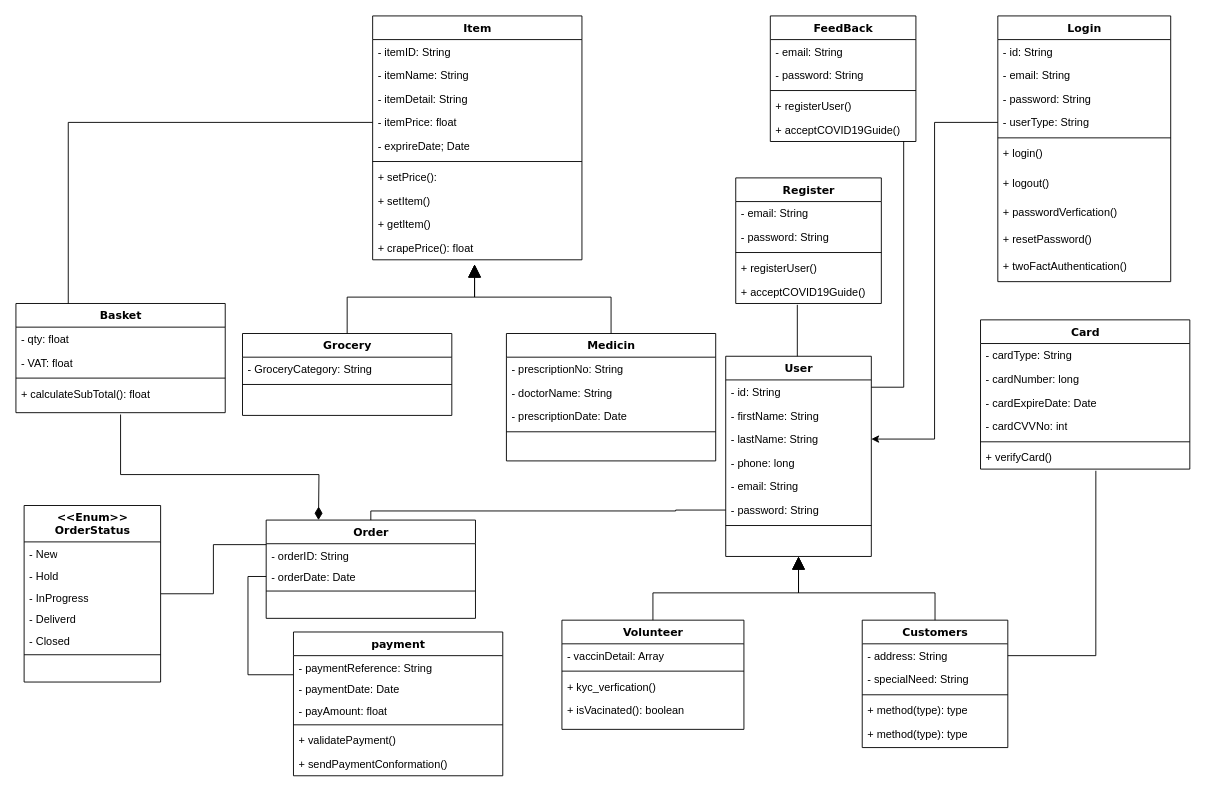
The draw.io diagram Soft40091 CWK - Class Diagram.drawio in AnjeloM/AnjeloM, before the edit. Source tidied: cells renumbered, new cells numbered last; positions are measured from the earlier drawing's top-left corner, leaving out a move shared by most shapes. Both pictures are drawn from the tidied source at 91%, with x=0, y=0 at pixel (15, 15).
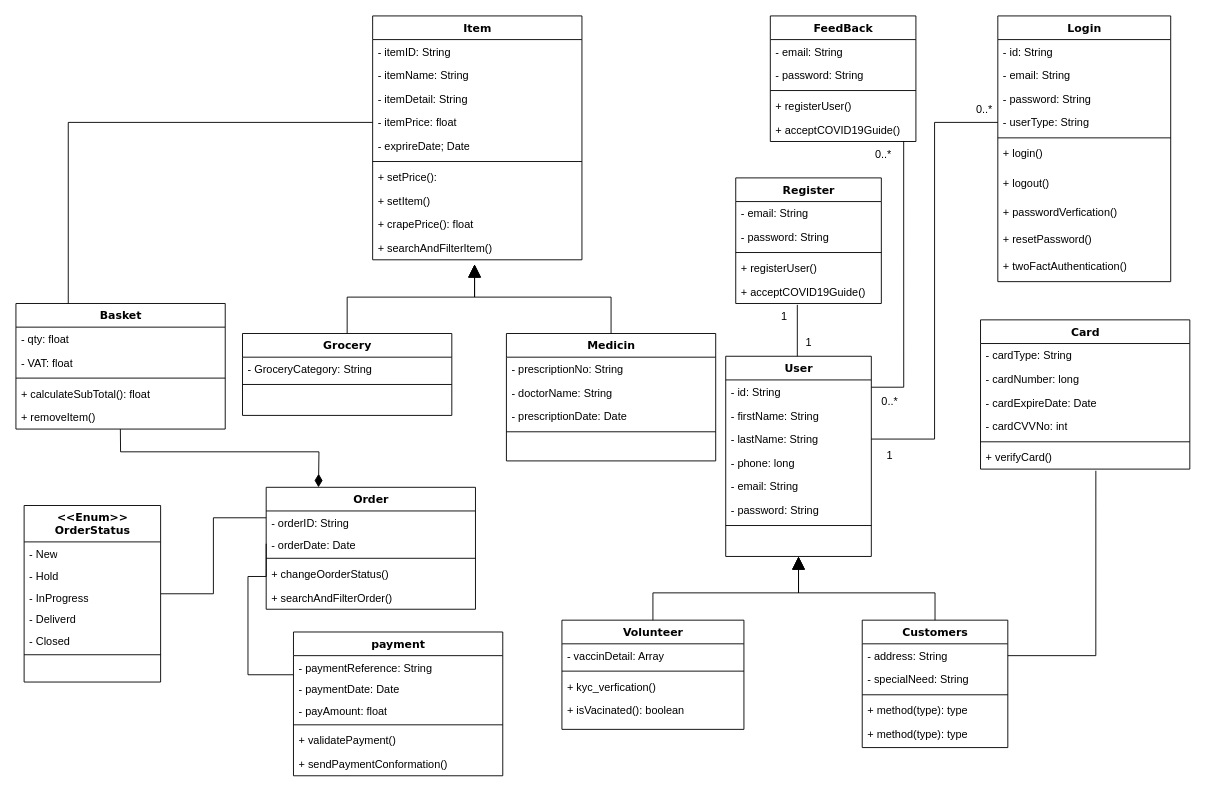
The same page after the edit.

The change refers to these unchanged cells:
```xml
<mxCell id="5" value="- lastName: String" style="text;html=1;strokeColor=none;fillColor=none;align=left;verticalAlign=top;spacingLeft=4;spacingRight=4;whiteSpace=wrap;overflow=hidden;points=[[0,0.5],[1,0.5]];portConstraint=eastwest;" parent="2" vertex="1">
  <mxGeometry y="78" width="160" height="26" as="geometry" />
</mxCell>
<mxCell id="8" value="- password: String" style="text;html=1;strokeColor=none;fillColor=none;align=left;verticalAlign=top;spacingLeft=4;spacingRight=4;whiteSpace=wrap;overflow=hidden;points=[[0,0.5],[1,0.5]];portConstraint=eastwest;" parent="2" vertex="1">
  <mxGeometry y="156" width="160" height="26" as="geometry" />
</mxCell>
<mxCell id="21" value="- userType: String" style="text;html=1;strokeColor=none;fillColor=none;align=left;verticalAlign=top;spacingLeft=4;spacingRight=4;whiteSpace=wrap;overflow=hidden;points=[[0,0.5],[1,0.5]];portConstraint=eastwest;" parent="17" vertex="1">
  <mxGeometry y="104" width="190" height="26" as="geometry" />
</mxCell>
<mxCell id="48" value="Item" style="swimlane;html=1;fontStyle=1;align=center;verticalAlign=top;horizontal=1;startSize=26;swimlaneFillColor=#ffffff;rounded=0;shadow=0;comic=0;labelBackgroundColor=none;strokeWidth=1;fillColor=none;fontFamily=Verdana;fontSize=12;" parent="1" vertex="1">
  <mxGeometry x="392" width="230" height="268" as="geometry" />
</mxCell>
```

The edit, as a diff of the source:
```diff
@@
-    <mxCell id="57" value="+ getItem()" style="text;html=1;strokeColor=none;fillColor=none;align=left;verticalAlign=top;spacingLeft=4;spacingRight=4;whiteSpace=wrap;overflow=hidden;" parent="48" vertex="1">
-      <mxGeometry y="216" width="230" height="26" as="geometry" />
-    </mxCell>
     <mxCell id="58" value="+ crapePrice(): float&amp;nbsp;" style="text;html=1;strokeColor=none;fillColor=none;align=left;verticalAlign=top;spacingLeft=4;spacingRight=4;whiteSpace=wrap;overflow=hidden;" parent="48" vertex="1">
-      <mxGeometry y="242" width="230" height="26" as="geometry" />
+      <mxGeometry y="216" width="230" height="26" as="geometry" />
     </mxCell>
+    <mxCell id="110" value="+ searchAndFilterItem()" style="text;html=1;strokeColor=none;fillColor=none;align=left;verticalAlign=top;spacingLeft=4;spacingRight=4;whiteSpace=wrap;overflow=hidden;" parent="48" vertex="1">
+      <mxGeometry y="242" width="230" height="26" as="geometry" />
+    </mxCell>
@@
     <mxCell id="71" value="Basket" style="swimlane;html=1;fontStyle=1;align=center;verticalAlign=top;horizontal=1;startSize=26;swimlaneFillColor=#ffffff;rounded=0;shadow=0;comic=0;labelBackgroundColor=none;strokeWidth=1;fillColor=none;fontFamily=Verdana;fontSize=12;" parent="1" vertex="1">
-      <mxGeometry y="316" width="230" height="120" as="geometry" />
+      <mxGeometry y="316" width="230" height="138" as="geometry" />
     </mxCell>
@@
+    <mxCell id="111" value="+ removeItem()" style="text;html=1;strokeColor=none;fillColor=none;align=left;verticalAlign=top;spacingLeft=4;spacingRight=4;whiteSpace=wrap;overflow=hidden;points=[[0,0.5],[1,0.5]];portConstraint=eastwest;" parent="71" vertex="1">
+      <mxGeometry y="112" width="230" height="26" as="geometry" />
+    </mxCell>
     <mxCell id="76" value="Order" style="swimlane;html=1;fontStyle=1;align=center;verticalAlign=top;horizontal=1;startSize=26;swimlaneFillColor=#ffffff;rounded=0;shadow=0;comic=0;labelBackgroundColor=none;strokeWidth=1;fillColor=none;fontFamily=Verdana;fontSize=12;" parent="1" vertex="1">
-      <mxGeometry x="275" y="554" width="230" height="108" as="geometry" />
+      <mxGeometry x="275" y="518" width="230" height="134" as="geometry" />
     </mxCell>
@@
-    <mxCell id="80" value="&amp;nbsp;" style="text;html=1;strokeColor=none;fillColor=none;align=left;verticalAlign=top;spacingLeft=4;spacingRight=4;whiteSpace=wrap;overflow=hidden;" parent="76" vertex="1">
+    <mxCell id="80" value="+ changeOorderStatus()" style="text;html=1;strokeColor=none;fillColor=none;align=left;verticalAlign=top;spacingLeft=4;spacingRight=4;whiteSpace=wrap;overflow=hidden;" parent="76" vertex="1">
       <mxGeometry y="82" width="230" height="26" as="geometry" />
     </mxCell>
+    <mxCell id="112" value="+ searchAndFilterOrder()" style="text;html=1;strokeColor=none;fillColor=none;align=left;verticalAlign=top;spacingLeft=4;spacingRight=4;whiteSpace=wrap;overflow=hidden;" parent="76" vertex="1">
+      <mxGeometry y="108" width="230" height="26" as="geometry" />
+    </mxCell>
-    <mxCell id="81" style="rounded=0;jettySize=auto;html=1;entryX=0.25;entryY=0;entryDx=0;entryDy=0;endArrow=diamondThin;endFill=1;endSize=12;startSize=12;" parent="1" edge="1" target="76">
+    <mxCell id="81" style="rounded=0;jettySize=auto;html=1;entryX=0.25;entryY=0;entryDx=0;entryDy=0;endArrow=diamondThin;endFill=1;endSize=12;startSize=12;exitX=0.499;exitY=1.004;exitDx=0;exitDy=0;exitPerimeter=0;" parent="1" edge="1" source="111" target="76">
       <mxGeometry relative="1" as="geometry">
-        <mxPoint x="115" y="438" as="sourcePoint" />
         <Array as="points">
-          <mxPoint x="115" y="504" />
-          <mxPoint x="333" y="504" />
+          <mxPoint x="115" y="479" />
+          <mxPoint x="333" y="479" />
         </Array>
       </mxGeometry>
     </mxCell>
@@
-    <mxCell id="105" style="edgeStyle=orthogonalEdgeStyle;rounded=0;jettySize=auto;html=1;entryX=0.5;entryY=0;entryDx=0;entryDy=0;exitX=0;exitY=0.5;exitDx=0;exitDy=0;endArrow=none;endFill=0;" parent="1" edge="1" source="8" target="76">
-      <mxGeometry relative="1" as="geometry">
-        <Array as="points">
-          <mxPoint x="725" y="543" />
-          <mxPoint x="390" y="544" />
-        </Array>
-      </mxGeometry>
-    </mxCell>
-    <mxCell id="106" style="edgeStyle=orthogonalEdgeStyle;rounded=0;jettySize=auto;html=1;entryX=1;entryY=0.5;entryDx=0;entryDy=0;" parent="1" edge="1" source="21" target="5">
+    <mxCell id="106" style="edgeStyle=orthogonalEdgeStyle;rounded=0;jettySize=auto;html=1;entryX=1;entryY=0.5;entryDx=0;entryDy=0;endArrow=none;endFill=0;" parent="1" edge="1" source="21" target="5">
       <mxGeometry relative="1" as="geometry" />
     </mxCell>
@@
+    <mxCell id="113" value="1" style="text;html=1;align=center;verticalAlign=middle;strokeColor=none;fillColor=none;" parent="1" vertex="1">
+      <mxGeometry x="829" y="316" width="30" height="30" as="geometry" />
+    </mxCell>
+    <mxCell id="114" value="1" style="text;html=1;align=center;verticalAlign=middle;strokeColor=none;fillColor=none;" parent="1" vertex="1">
+      <mxGeometry x="856" y="344" width="30" height="30" as="geometry" />
+    </mxCell>
+    <mxCell id="115" value="0..*" style="text;html=1;align=center;verticalAlign=middle;strokeColor=none;fillColor=none;" parent="1" vertex="1">
+      <mxGeometry x="933" y="138" width="40" height="30" as="geometry" />
+    </mxCell>
+    <mxCell id="116" value="0..*" style="text;html=1;align=center;verticalAlign=middle;strokeColor=none;fillColor=none;" parent="1" vertex="1">
+      <mxGeometry x="940" y="409" width="40" height="30" as="geometry" />
+    </mxCell>
+    <mxCell id="117" value="1" style="text;html=1;align=center;verticalAlign=middle;strokeColor=none;fillColor=none;" parent="1" vertex="1">
+      <mxGeometry x="945" y="468" width="30" height="30" as="geometry" />
+    </mxCell>
+    <mxCell id="118" value="0..*" style="text;html=1;align=center;verticalAlign=middle;strokeColor=none;fillColor=none;" parent="1" vertex="1">
+      <mxGeometry x="1044" y="88" width="40" height="30" as="geometry" />
+    </mxCell>
```
